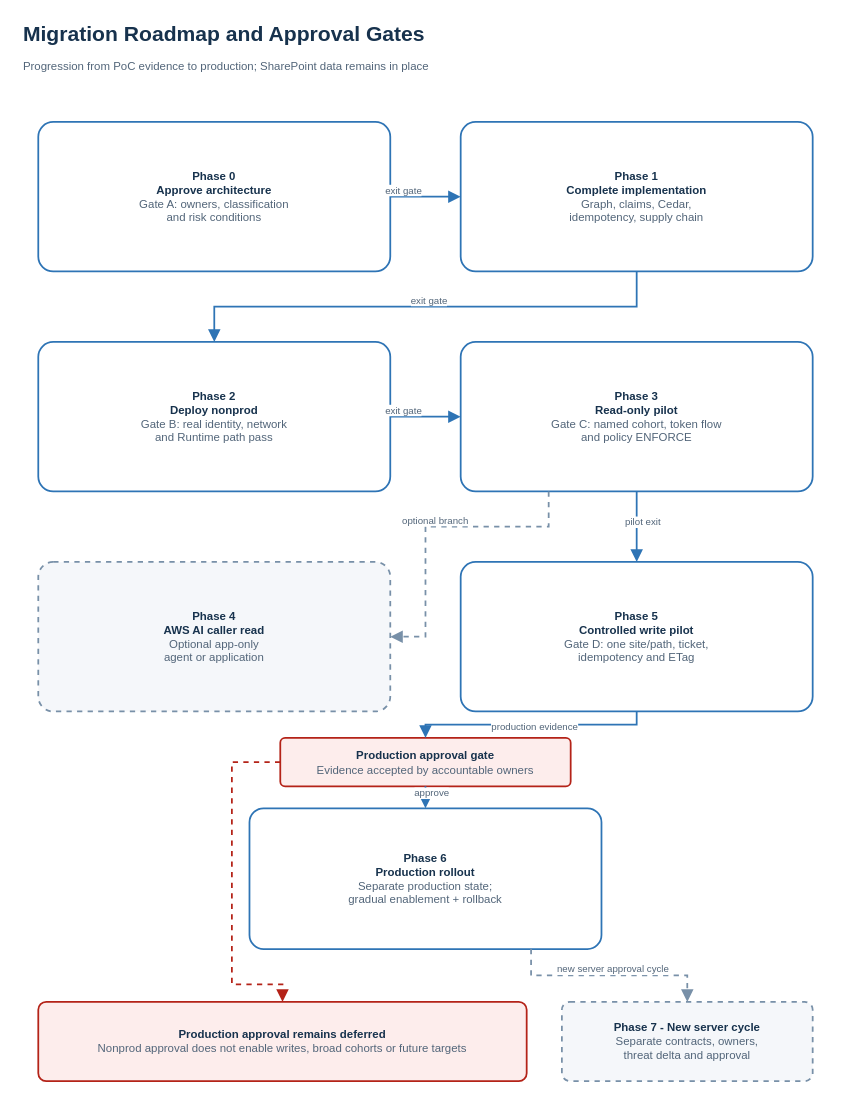
ron8520/mcp_poc keeps this draw.io diagram as page "Migration Roadmap" (3 of 3) of docs/architecture/enterprise-mcp-platform-review.drawio. Above is the earlier version. Source tidied: cells renumbered, new cells numbered last; positions are measured from the earlier drawing's top-left corner, leaving out a move shared by most shapes. Both pictures are drawn from the tidied source at 88%, with x=0, y=0 at pixel (16, 16).
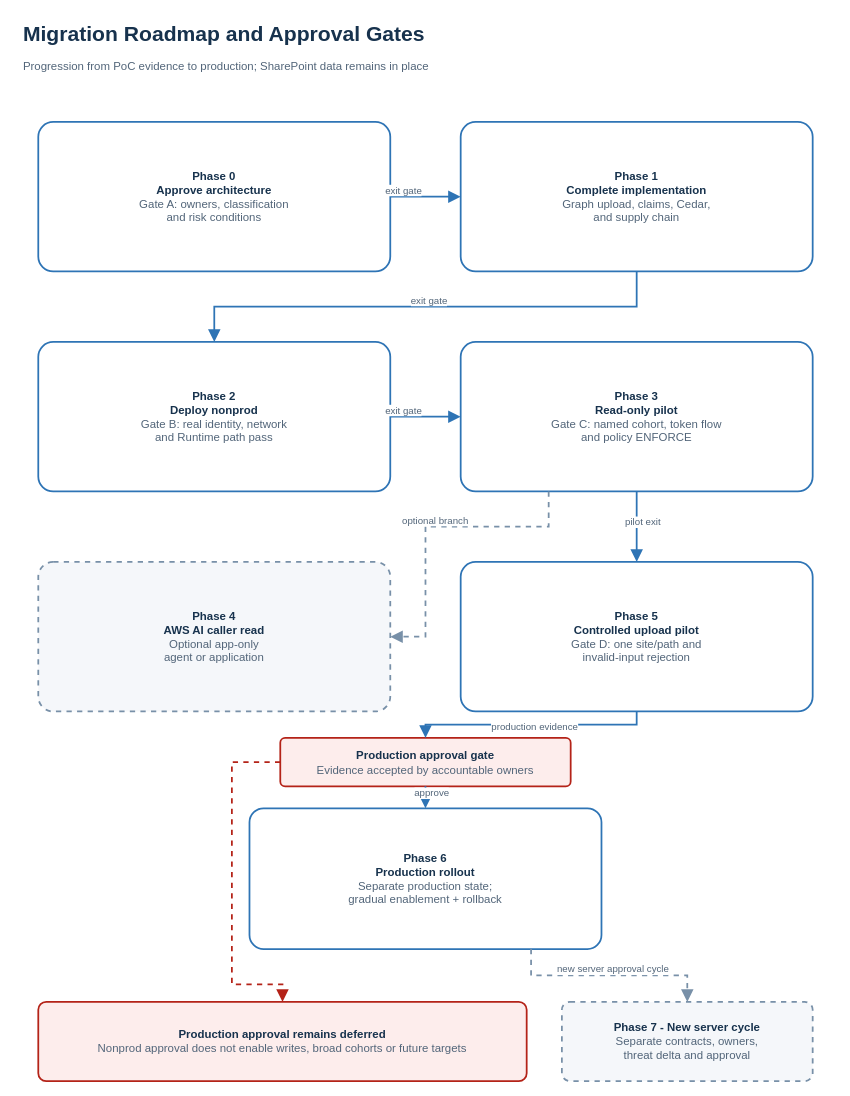
The same page after the edit.

What changed in the source:
```diff
@@
-    <mxCell id="5" value="&lt;b&gt;Phase 1&lt;br&gt;Complete implementation&lt;/b&gt;&lt;br&gt;&lt;font color=&quot;#526579&quot;&gt;Graph, claims, Cedar,&lt;br&gt;idempotency, supply chain&lt;/font&gt;" style="rounded=1;whiteSpace=wrap;html=1;arcSize=10;align=center;verticalAlign=middle;fillColor=#FFFFFF;strokeColor=#2E74B5;fontColor=#17324D;strokeWidth=2;dashed=0;fontSize=13;spacing=8;" parent="1" vertex="1">
+    <mxCell id="5" value="&lt;b&gt;Phase 1&lt;br&gt;Complete implementation&lt;/b&gt;&lt;br&gt;&lt;font color=&quot;#526579&quot;&gt;Graph upload, claims, Cedar,&lt;br&gt;and supply chain&lt;/font&gt;" style="rounded=1;whiteSpace=wrap;html=1;arcSize=10;align=center;verticalAlign=middle;fillColor=#FFFFFF;strokeColor=#2E74B5;fontColor=#17324D;strokeWidth=2;dashed=0;fontSize=13;spacing=8;" parent="1" vertex="1">
       <mxGeometry x="505" y="120" width="400" height="170" as="geometry" />
     </mxCell>
@@
-    <mxCell id="9" value="&lt;b&gt;Phase 5&lt;br&gt;Controlled write pilot&lt;/b&gt;&lt;br&gt;&lt;font color=&quot;#526579&quot;&gt;Gate D: one site/path, ticket,&lt;br&gt;idempotency and ETag&lt;/font&gt;" style="rounded=1;whiteSpace=wrap;html=1;arcSize=10;align=center;verticalAlign=middle;fillColor=#FFFFFF;strokeColor=#2E74B5;fontColor=#17324D;strokeWidth=2;dashed=0;fontSize=13;spacing=8;" parent="1" vertex="1">
+    <mxCell id="9" value="&lt;b&gt;Phase 5&lt;br&gt;Controlled upload pilot&lt;/b&gt;&lt;br&gt;&lt;font color=&quot;#526579&quot;&gt;Gate D: one site/path and&lt;br&gt;invalid-input rejection&lt;/font&gt;" style="rounded=1;whiteSpace=wrap;html=1;arcSize=10;align=center;verticalAlign=middle;fillColor=#FFFFFF;strokeColor=#2E74B5;fontColor=#17324D;strokeWidth=2;dashed=0;fontSize=13;spacing=8;" parent="1" vertex="1">
       <mxGeometry x="505" y="620" width="400" height="170" as="geometry" />
     </mxCell>
```
